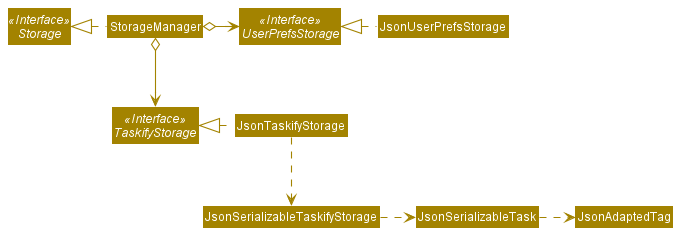
Earlier version of the PlantUML export docs/images/StorageClassDiagram.png (nus-cs2103-AY2021S2/tp).
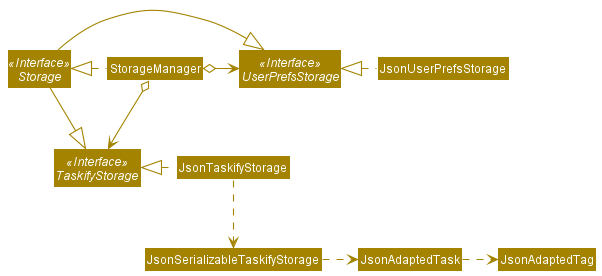
Above is the later version.

Change to the diagram source:
```diff
@@ -16,9 +16,12 @@
 StorageManager o-right-> UserPrefsStorage
 StorageManager o--> TaskifyStorage
 
+Storage -|> UserPrefsStorage
+Storage -|> TaskifyStorage
+
 JsonUserPrefsStorage .left.|> UserPrefsStorage
 JsonTaskifyStorage .left.|> TaskifyStorage
 JsonTaskifyStorage .down.> JsonSerializableTaskifyStorage
-JsonSerializableTaskifyStorage .right.> JsonSerializableTask
-JsonSerializableTask .right.> JsonAdaptedTag
+JsonSerializableTaskifyStorage .right.> JsonAdaptedTask
+JsonAdaptedTask .right.> JsonAdaptedTag
 @enduml
```
